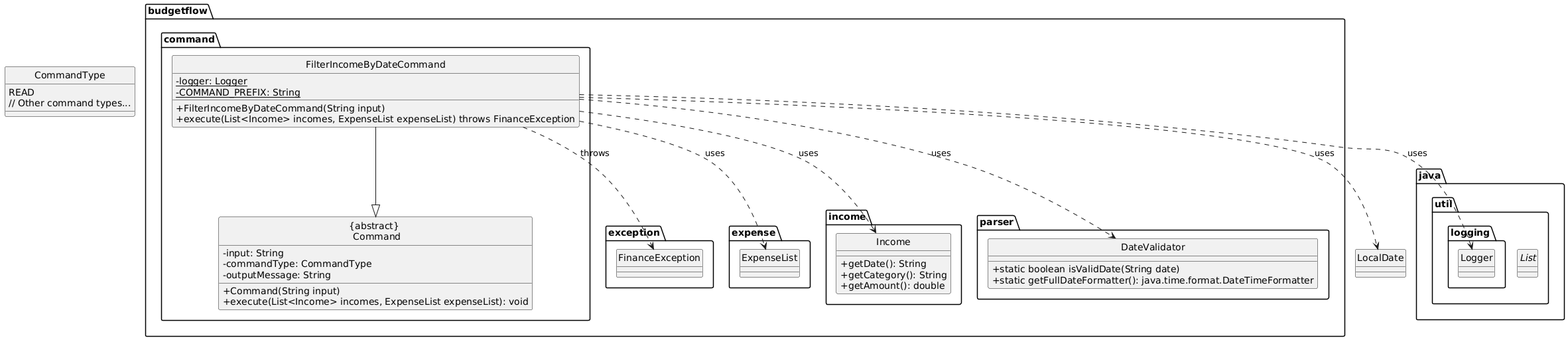
The PlantUML diagram docs/diagrams/FilterIncomeByDateCommandClass.png in thienkimtranhoang/tp, before a commit.
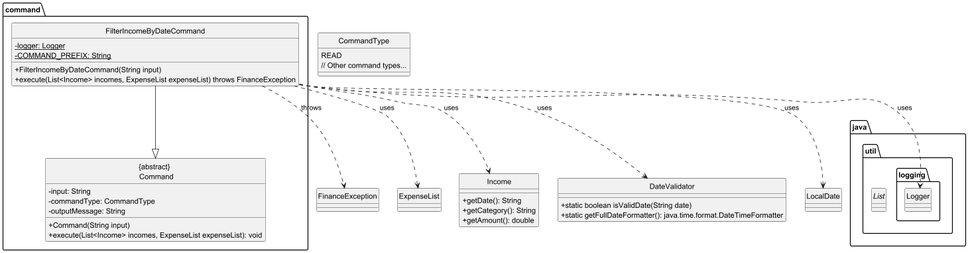
Above is the later version.

Change to the diagram source:
```diff
@@ -2,7 +2,7 @@
 hide circle
 skinparam classAttributeIconSize 0
 
-package budgetflow.command {
+package command {
     class "{abstract} \n Command" {
         - input: String
         - commandType: CommandType
@@ -21,28 +21,28 @@
     "FilterIncomeByDateCommand" --|> "{abstract} \n Command"
 }
 
-package budgetflow.exception {
+
     class "FinanceException"
-}
 
-package budgetflow.expense {
+
+
     class ExpenseList
-}
 
-package budgetflow.income {
+
+
     class Income {
         + getDate(): String
         + getCategory(): String
         + getAmount(): double
     }
-}
 
-package budgetflow.parser {
+
+
     class DateValidator {
         + static boolean isValidDate(String date)
         + static getFullDateFormatter(): java.time.format.DateTimeFormatter
     }
-}
+
 
 package java.util {
     interface List
```
